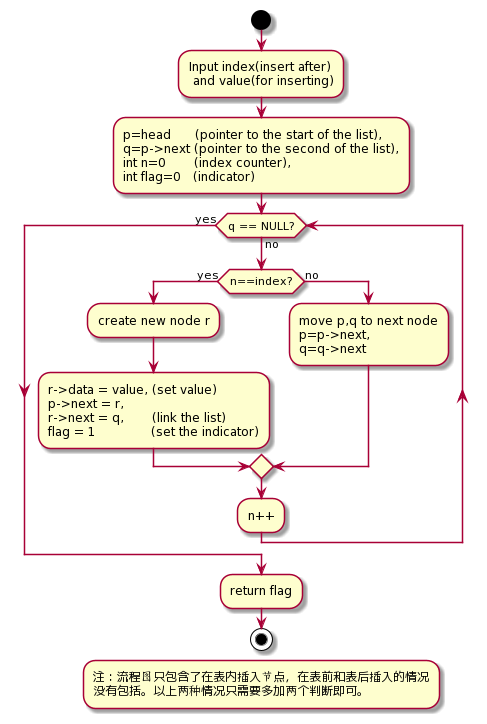
The PlantUML diagram linklist inserting.png in ShaofengWu123/Data-Structure, before a commit. Its diagram source:
```plantuml
@startuml
start
:Input index(insert after)
 and value(for inserting);
:p=head      (pointer to the start of the list),
q=p->next (pointer to the second of the list),
int n=0       (index counter),
int flag=0   (indicator);
while(q == NULL?)is (no)
 if(n==index?) then (yes)
  :create new node r;
  :r->data = value, (set value)
  p->next = r,
  r->next = q,       (link the list)
  flag = 1              (set the indicator);


 else(no)
  :move p,q to next node
 p=p->next,
 q=q->next;
 endif
 :n++;
endwhile(yes)
:return flag;
stop
:注：流程图只包含了在表内插入节点，在表前和表后插入的情况
没有包括。以上两种情况只需要多加两个判断即可。;
@enduml
```
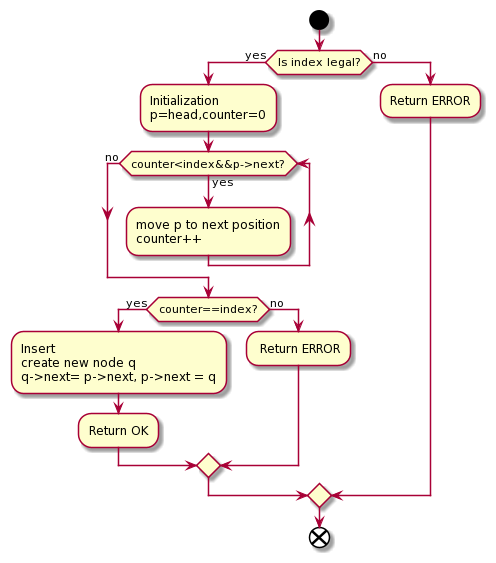
The same file after the commit.

Change to the diagram source:
```diff
@@ -1,29 +1,22 @@
 @startuml
 start
-:Input index(insert after)
- and value(for inserting);
-:p=head      (pointer to the start of the list),
-q=p->next (pointer to the second of the list),
-int n=0       (index counter),
-int flag=0   (indicator);
-while(q == NULL?)is (no)
- if(n==index?) then (yes)
-  :create new node r;
-  :r->data = value, (set value)
-  p->next = r,
-  r->next = q,       (link the list)
-  flag = 1              (set the indicator);
-
-
- else(no)
-  :move p,q to next node
- p=p->next,
- q=q->next;
+if (Is index legal?) then (yes)
+ :Initialization
+ p=head,counter=0;
+ while (counter<index&&p->next?) is (yes)
+  :move p to next position
+  counter++;
+ endwhile (no)
+ if(counter==index?) then (yes)
+ :Insert
+ create new node q
+ q->next= p->next, p->next = q;
+ :Return OK;
+ else (no)
+ : Return ERROR;
  endif
- :n++;
-endwhile(yes)
-:return flag;
-stop
-:注：流程图只包含了在表内插入节点，在表前和表后插入的情况
-没有包括。以上两种情况只需要多加两个判断即可。;
+else (no)
+ :Return ERROR;
+endif
+end
 @enduml
```
